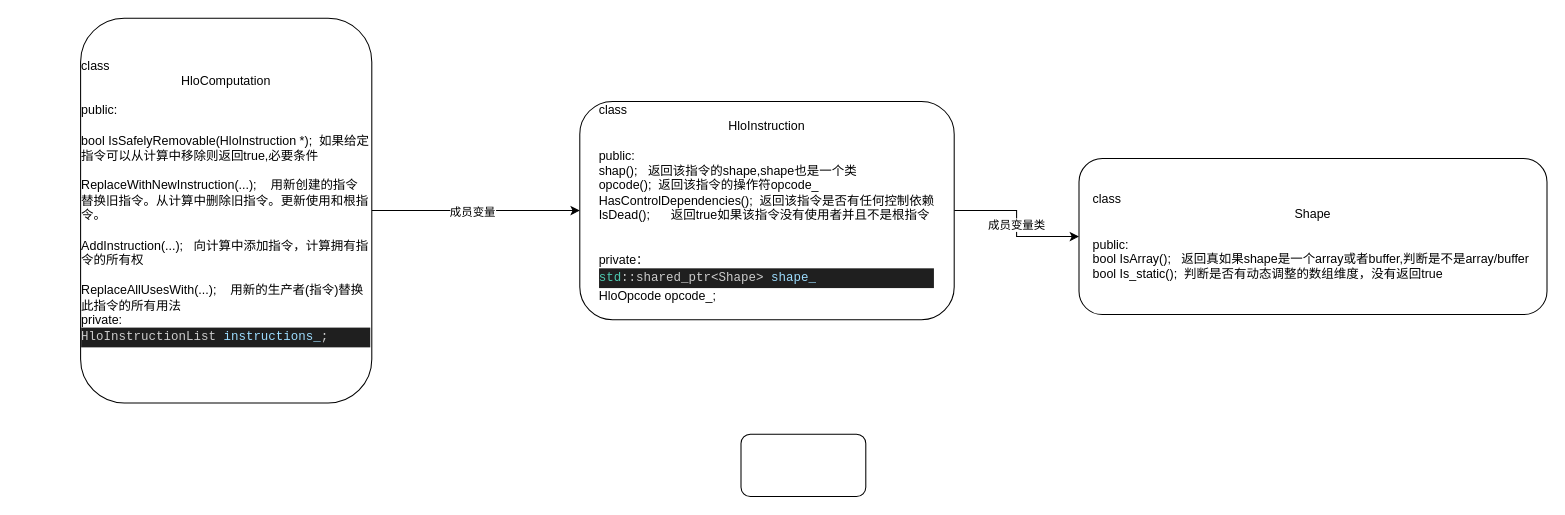
The draw.io diagram HloComputation类关系图.drawio in shijiandeliushi/xla, before the edit. Source tidied: cells renumbered, new cells numbered last; positions are measured from the earlier drawing's top-left corner, leaving out a move shared by most shapes. Both pictures are drawn from the tidied source at 104%, with x=0, y=0 at pixel (80, 18).
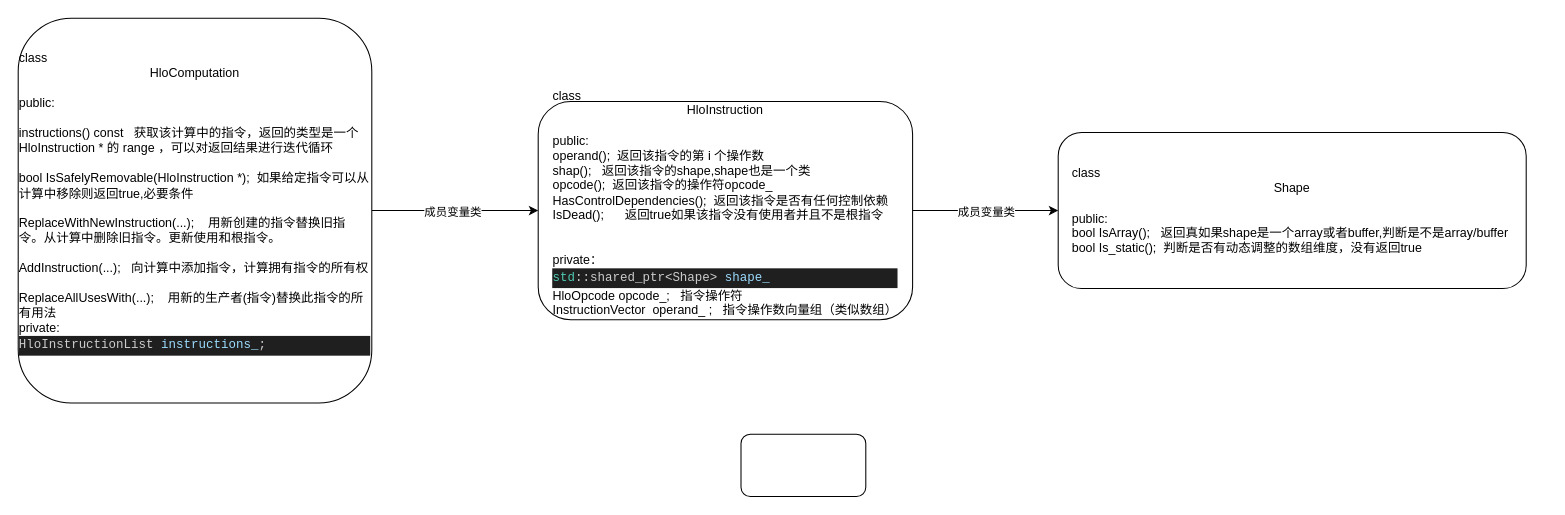
Above is the later version.

Diff of the diagram source:
```diff
@@
 <mxGraphModel>
   <root>
     <mxCell id="0" />
     <mxCell id="1" parent="0" />
     <mxCell id="2" style="edgeStyle=orthogonalEdgeStyle;rounded=0;jettySize=auto;html=1;entryX=0;entryY=0.5;entryDx=0;entryDy=0;" parent="1" edge="1" source="4" target="9">
       <mxGeometry relative="1" as="geometry" />
     </mxCell>
     <mxCell id="3" value="成员变量类" style="edgeLabel;html=1;align=center;verticalAlign=middle;" parent="2" vertex="1">
       <mxGeometry y="-1" relative="1" as="geometry" />
     </mxCell>
-    <mxCell id="4" value="&lt;div style=&quot;text-align: left;&quot;&gt;&lt;span style=&quot;background-color: transparent; color: light-dark(rgb(0, 0, 0), rgb(255, 255, 255));&quot;&gt;class&lt;/span&gt;&lt;/div&gt;&lt;div&gt;HloInstruction&lt;/div&gt;&lt;div&gt;&lt;br&gt;&lt;/div&gt;&lt;div style=&quot;text-align: left;&quot;&gt;public:&lt;/div&gt;&lt;div style=&quot;text-align: left;&quot;&gt;shap();&amp;nbsp; &amp;nbsp;返回该指令的shape,shape也是一个类&lt;/div&gt;&lt;div style=&quot;text-align: left;&quot;&gt;opcode();&amp;nbsp; 返回该指令的操作符opcode_&lt;/div&gt;&lt;div style=&quot;text-align: left;&quot;&gt;HasControlDependencies();&amp;nbsp; 返回该指令是否有任何控制依赖&lt;/div&gt;&lt;div style=&quot;text-align: left;&quot;&gt;IsDead();&amp;nbsp; &amp;nbsp; &amp;nbsp; 返回true如果该指令没有使用者并且不是根指令&lt;/div&gt;&lt;div style=&quot;text-align: left;&quot;&gt;&lt;br&gt;&lt;/div&gt;&lt;div style=&quot;text-align: left;&quot;&gt;&lt;br&gt;&lt;/div&gt;&lt;div style=&quot;text-align: left;&quot;&gt;private：&lt;/div&gt;&lt;div style=&quot;text-align: left;&quot;&gt;&lt;div style=&quot;color: rgb(204, 204, 204); background-color: rgb(31, 31, 31); font-family: &amp;quot;Droid Sans Mono&amp;quot;, monospace; line-height: 19px; white-space: pre;&quot;&gt;&lt;font style=&quot;font-size: 12px;&quot;&gt;&lt;span style=&quot;color: rgb(78, 201, 176);&quot;&gt;std&lt;/span&gt;::shared_ptr&lt;span style=&quot;color: rgb(212, 212, 212);&quot;&gt;&amp;lt;&lt;/span&gt;Shape&lt;span style=&quot;color: rgb(212, 212, 212);&quot;&gt;&amp;gt;&lt;/span&gt; &lt;span style=&quot;color: rgb(156, 220, 254);&quot;&gt;shape_&lt;/span&gt;&lt;/font&gt;&lt;/div&gt;&lt;/div&gt;&lt;div style=&quot;text-align: left;&quot;&gt;HloOpcode opcode_;&lt;/div&gt;&lt;div style=&quot;text-align: left;&quot;&gt;&lt;br&gt;&lt;/div&gt;" style="rounded=1;whiteSpace=wrap;html=1;" parent="1" vertex="1">
-      <mxGeometry x="480" y="80" width="360" height="210" as="geometry" />
+    <mxCell id="4" value="&lt;div style=&quot;text-align: left;&quot;&gt;&lt;span style=&quot;background-color: transparent; color: light-dark(rgb(0, 0, 0), rgb(255, 255, 255));&quot;&gt;class&lt;/span&gt;&lt;/div&gt;&lt;div&gt;HloInstruction&lt;/div&gt;&lt;div&gt;&lt;br&gt;&lt;/div&gt;&lt;div style=&quot;text-align: left;&quot;&gt;public:&lt;/div&gt;&lt;div style=&quot;text-align: left;&quot;&gt;operand();&amp;nbsp; 返回该指令的第 i 个操作数&lt;/div&gt;&lt;div style=&quot;text-align: left;&quot;&gt;shap();&amp;nbsp; &amp;nbsp;返回该指令的shape,shape也是一个类&lt;/div&gt;&lt;div style=&quot;text-align: left;&quot;&gt;opcode();&amp;nbsp; 返回该指令的操作符opcode_&lt;/div&gt;&lt;div style=&quot;text-align: left;&quot;&gt;HasControlDependencies();&amp;nbsp; 返回该指令是否有任何控制依赖&lt;/div&gt;&lt;div style=&quot;text-align: left;&quot;&gt;IsDead();&amp;nbsp; &amp;nbsp; &amp;nbsp; 返回true如果该指令没有使用者并且不是根指令&lt;/div&gt;&lt;div style=&quot;text-align: left;&quot;&gt;&lt;br&gt;&lt;/div&gt;&lt;div style=&quot;text-align: left;&quot;&gt;&lt;br&gt;&lt;/div&gt;&lt;div style=&quot;text-align: left;&quot;&gt;private：&lt;/div&gt;&lt;div style=&quot;text-align: left;&quot;&gt;&lt;div style=&quot;color: rgb(204, 204, 204); background-color: rgb(31, 31, 31); font-family: &amp;quot;Droid Sans Mono&amp;quot;, monospace; line-height: 19px; white-space: pre;&quot;&gt;&lt;font style=&quot;font-size: 12px;&quot;&gt;&lt;span style=&quot;color: rgb(78, 201, 176);&quot;&gt;std&lt;/span&gt;::shared_ptr&lt;span style=&quot;color: rgb(212, 212, 212);&quot;&gt;&amp;lt;&lt;/span&gt;Shape&lt;span style=&quot;color: rgb(212, 212, 212);&quot;&gt;&amp;gt;&lt;/span&gt; &lt;span style=&quot;color: rgb(156, 220, 254);&quot;&gt;shape_&lt;/span&gt;&lt;/font&gt;&lt;/div&gt;&lt;/div&gt;&lt;div style=&quot;text-align: left;&quot;&gt;HloOpcode opcode_;&amp;nbsp; &amp;nbsp;指令操作符&lt;/div&gt;&lt;div style=&quot;text-align: left;&quot;&gt;InstructionVector&amp;nbsp; operand_ ;&amp;nbsp; &amp;nbsp;指令操作数向量组（类似数组）&lt;/div&gt;&lt;div style=&quot;text-align: left;&quot;&gt;&lt;br&gt;&lt;/div&gt;" style="rounded=1;whiteSpace=wrap;html=1;" parent="1" vertex="1">
+      <mxGeometry x="440" y="80" width="360" height="210" as="geometry" />
     </mxCell>
     <mxCell id="5" style="rounded=1;whiteSpace=wrap;html=1;" parent="1" vertex="1">
       <mxGeometry x="635" y="400" width="120" height="60" as="geometry" />
     </mxCell>
     <mxCell id="6" style="edgeStyle=orthogonalEdgeStyle;rounded=0;jettySize=auto;html=1;" parent="1" edge="1" source="8" target="4">
       <mxGeometry relative="1" as="geometry" />
     </mxCell>
-    <mxCell id="7" value="成员变量" style="edgeLabel;html=1;align=center;verticalAlign=middle;" parent="6" vertex="1">
+    <mxCell id="7" value="成员变量类" style="edgeLabel;html=1;align=center;verticalAlign=middle;" parent="6" vertex="1">
       <mxGeometry x="-0.04" relative="1" as="geometry">
         <mxPoint y="1" as="offset" />
       </mxGeometry>
     </mxCell>
-    <mxCell id="8" value="&lt;div style=&quot;text-align: left;&quot;&gt;&lt;span style=&quot;background-color: transparent; color: light-dark(rgb(0, 0, 0), rgb(255, 255, 255));&quot;&gt;class&lt;/span&gt;&lt;/div&gt;&lt;div&gt;HloComputation&lt;/div&gt;&lt;div&gt;&lt;br&gt;&lt;/div&gt;&lt;div style=&quot;text-align: left;&quot;&gt;public:&lt;/div&gt;&lt;div style=&quot;text-align: left;&quot;&gt;&lt;br&gt;&lt;/div&gt;&lt;div style=&quot;text-align: left;&quot;&gt;bool IsSafelyRemovable(HloInstruction *);&amp;nbsp; 如果给定指令可以从计算中移除则返回true,必要条件&lt;/div&gt;&lt;div style=&quot;text-align: left;&quot;&gt;&lt;br&gt;&lt;/div&gt;&lt;div style=&quot;text-align: left;&quot;&gt;ReplaceWithNewInstruction(...);&amp;nbsp; &amp;nbsp; 用新创建的指令替换旧指令。从计算中删除旧指令。更新使用和根指令。&lt;/div&gt;&lt;div style=&quot;text-align: left;&quot;&gt;&lt;br&gt;&lt;/div&gt;&lt;div style=&quot;text-align: left;&quot;&gt;AddInstruction(...);&amp;nbsp; &amp;nbsp;向计算中添加指令，计算拥有指令的所有权&lt;/div&gt;&lt;div style=&quot;text-align: left;&quot;&gt;&lt;br&gt;&lt;/div&gt;&lt;div style=&quot;text-align: left;&quot;&gt;ReplaceAllUsesWith(...);&amp;nbsp; &amp;nbsp; 用新的生产者(指令)替换此指令的所有用法&lt;/div&gt;&lt;div style=&quot;text-align: left;&quot;&gt;private:&lt;/div&gt;&lt;div style=&quot;text-align: left;&quot;&gt;&lt;div style=&quot;color: rgb(204, 204, 204); background-color: rgb(31, 31, 31); font-family: &amp;quot;Droid Sans Mono&amp;quot;, monospace; line-height: 19px; white-space: pre;&quot;&gt;&lt;font style=&quot;font-size: 12px;&quot;&gt;HloInstructionList &lt;span style=&quot;color: rgb(156, 220, 254);&quot;&gt;instructions_&lt;/span&gt;;&lt;/font&gt;&lt;/div&gt;&lt;/div&gt;&lt;div style=&quot;text-align: left;&quot;&gt;&amp;nbsp;&lt;/div&gt;" style="rounded=1;whiteSpace=wrap;html=1;" parent="1" vertex="1">
-      <mxGeometry width="280" height="370" as="geometry" />
+    <mxCell id="8" value="&lt;div style=&quot;text-align: left;&quot;&gt;&lt;span style=&quot;background-color: transparent; color: light-dark(rgb(0, 0, 0), rgb(255, 255, 255));&quot;&gt;class&lt;/span&gt;&lt;/div&gt;&lt;div&gt;HloComputation&lt;/div&gt;&lt;div&gt;&lt;br&gt;&lt;/div&gt;&lt;div style=&quot;text-align: left;&quot;&gt;public:&lt;/div&gt;&lt;div style=&quot;text-align: left;&quot;&gt;&lt;br&gt;&lt;/div&gt;&lt;div style=&quot;text-align: left;&quot;&gt;instructions() const&amp;nbsp; &amp;nbsp;获取该计算中的指令，返回的类型是一个&lt;/div&gt;&lt;div style=&quot;text-align: left;&quot;&gt;HloInstruction * 的 range ，可以对返回结果进行迭代循环&lt;/div&gt;&lt;div style=&quot;text-align: left;&quot;&gt;&lt;br&gt;&lt;/div&gt;&lt;div style=&quot;text-align: left;&quot;&gt;bool IsSafelyRemovable(HloInstruction *);&amp;nbsp; 如果给定指令可以从计算中移除则返回true,必要条件&lt;/div&gt;&lt;div style=&quot;text-align: left;&quot;&gt;&lt;br&gt;&lt;/div&gt;&lt;div style=&quot;text-align: left;&quot;&gt;ReplaceWithNewInstruction(...);&amp;nbsp; &amp;nbsp; 用新创建的指令替换旧指令。从计算中删除旧指令。更新使用和根指令。&lt;/div&gt;&lt;div style=&quot;text-align: left;&quot;&gt;&lt;br&gt;&lt;/div&gt;&lt;div style=&quot;text-align: left;&quot;&gt;AddInstruction(...);&amp;nbsp; &amp;nbsp;向计算中添加指令，计算拥有指令的所有权&lt;/div&gt;&lt;div style=&quot;text-align: left;&quot;&gt;&lt;br&gt;&lt;/div&gt;&lt;div style=&quot;text-align: left;&quot;&gt;ReplaceAllUsesWith(...);&amp;nbsp; &amp;nbsp; 用新的生产者(指令)替换此指令的所有用法&lt;/div&gt;&lt;div style=&quot;text-align: left;&quot;&gt;private:&lt;/div&gt;&lt;div style=&quot;text-align: left;&quot;&gt;&lt;div style=&quot;color: rgb(204, 204, 204); background-color: rgb(31, 31, 31); font-family: &amp;quot;Droid Sans Mono&amp;quot;, monospace; line-height: 19px; white-space: pre;&quot;&gt;&lt;font style=&quot;font-size: 12px;&quot;&gt;HloInstructionList &lt;span style=&quot;color: rgb(156, 220, 254);&quot;&gt;instructions_&lt;/span&gt;;&lt;/font&gt;&lt;/div&gt;&lt;/div&gt;&lt;div style=&quot;text-align: left;&quot;&gt;&amp;nbsp;&lt;/div&gt;" style="rounded=1;whiteSpace=wrap;html=1;" parent="1" vertex="1">
+      <mxGeometry x="-60" width="340" height="370" as="geometry" />
     </mxCell>
     <mxCell id="9" value="&lt;div style=&quot;text-align: left;&quot;&gt;&lt;span style=&quot;background-color: transparent; color: light-dark(rgb(0, 0, 0), rgb(255, 255, 255));&quot;&gt;class&lt;/span&gt;&lt;/div&gt;&lt;div&gt;Shape&lt;/div&gt;&lt;div&gt;&lt;br&gt;&lt;/div&gt;&lt;div style=&quot;text-align: left;&quot;&gt;public:&lt;/div&gt;&lt;div style=&quot;text-align: left;&quot;&gt;bool IsArray();&amp;nbsp; &amp;nbsp;返回真如果shape是一个array或者buffer,判断是不是array/buffer&amp;nbsp;&lt;/div&gt;&lt;div style=&quot;text-align: left;&quot;&gt;bool Is_static();&amp;nbsp; 判断是否有动态调整的数组维度，没有返回true&lt;/div&gt;" style="rounded=1;whiteSpace=wrap;html=1;" parent="1" vertex="1">
-      <mxGeometry x="960" y="135" width="450" height="150" as="geometry" />
+      <mxGeometry x="940" y="110" width="450" height="150" as="geometry" />
     </mxCell>
   </root>
 </mxGraphModel>
```
